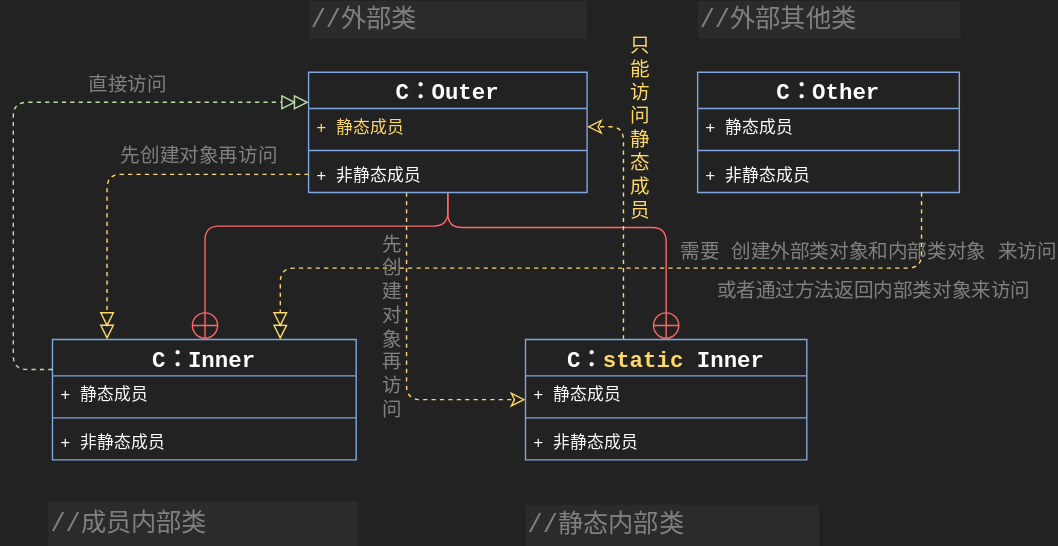
Stolorzs/Picgo keeps this draw.io diagram as drawio/InnerClassMind.svg. Above is the earlier version. Source tidied: cells renumbered, new cells last; positions are measured from the earlier drawing's top-left corner, leaving out a move shared by most shapes.
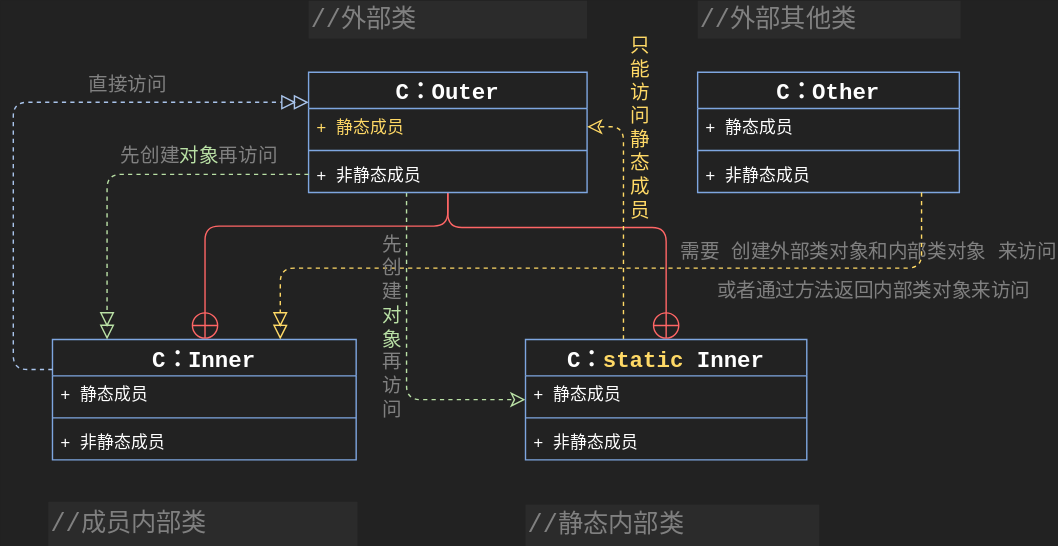
The same file after the commit.

Change to the diagram source:
```diff
@@ -18,7 +18,7 @@
         </Array>
       </mxGeometry>
     </mxCell>
-    <mxCell id="4" style="edgeStyle=orthogonalEdgeStyle;rounded=1;jettySize=auto;html=1;dashed=1;strokeColor=#FFD966;align=center;verticalAlign=middle;fontFamily=Helvetica;fontSize=12;fontColor=default;labelBackgroundColor=default;startSize=8;endArrow=classic;endFill=0;endSize=8;" parent="1" edge="1" source="5" target="16">
+    <mxCell id="4" style="edgeStyle=orthogonalEdgeStyle;rounded=1;jettySize=auto;html=1;dashed=1;strokeColor=#B9E0A5;align=center;verticalAlign=middle;fontFamily=Helvetica;fontSize=12;fontColor=default;labelBackgroundColor=default;startSize=8;endArrow=classic;endFill=0;endSize=8;" parent="1" edge="1" source="5" target="16">
       <mxGeometry relative="1" as="geometry">
         <Array as="points">
           <mxPoint x="281" y="285" />
@@ -77,7 +77,7 @@
     <mxCell id="20" value="&lt;div style=&quot;font-family: &amp;quot;JetBrains Mono&amp;quot;, monospace; white-space: pre; font-size: 18px;&quot;&gt;&lt;font color=&quot;#808080&quot;&gt;&lt;span style=&quot;caret-color: rgb(128, 128, 128);&quot;&gt;//静态内部类&lt;/span&gt;&lt;/font&gt;&lt;/div&gt;" style="whiteSpace=wrap;html=1;fillColor=#2B2B2B;strokeColor=none;align=left;" parent="1" vertex="1">
       <mxGeometry x="366" y="360" width="210" height="30" as="geometry" />
     </mxCell>
-    <mxCell id="21" style="edgeStyle=orthogonalEdgeStyle;rounded=1;jettySize=auto;html=1;strokeColor=#B9E0A5;align=center;verticalAlign=middle;fontFamily=Helvetica;fontSize=12;fontColor=default;labelBackgroundColor=default;startSize=8;endArrow=doubleBlock;endFill=0;endSize=8;dashed=1;entryX=0;entryY=0.25;entryDx=0;entryDy=0;exitX=0;exitY=0.25;exitDx=0;exitDy=0;" parent="1" edge="1" source="11" target="5">
+    <mxCell id="21" style="edgeStyle=orthogonalEdgeStyle;rounded=1;jettySize=auto;html=1;strokeColor=#A9C4EB;align=center;verticalAlign=middle;fontFamily=Helvetica;fontSize=12;fontColor=default;labelBackgroundColor=default;startSize=8;endArrow=doubleBlock;endFill=0;endSize=8;dashed=1;entryX=0;entryY=0.25;entryDx=0;entryDy=0;exitX=0;exitY=0.25;exitDx=0;exitDy=0;" parent="1" edge="1" source="11" target="5">
       <mxGeometry relative="1" as="geometry">
         <Array as="points">
           <mxPoint y="264" />
@@ -103,10 +103,10 @@
     <mxCell id="27" value="&lt;div style=&quot;font-family: &amp;quot;JetBrains Mono&amp;quot;, monospace; white-space: pre; font-size: 18px;&quot;&gt;&lt;font color=&quot;#808080&quot;&gt;&lt;span style=&quot;caret-color: rgb(128, 128, 128);&quot;&gt;//外部其他类&lt;/span&gt;&lt;/font&gt;&lt;/div&gt;" style="whiteSpace=wrap;html=1;fillColor=#2B2B2B;strokeColor=none;align=left;" parent="1" vertex="1">
       <mxGeometry x="489" width="188" height="27" as="geometry" />
     </mxCell>
-    <mxCell id="28" value="&lt;div style=&quot;font-family: &amp;quot;JetBrains Mono&amp;quot;, monospace; white-space: pre; font-size: 14px;&quot;&gt;&lt;div&gt;&lt;font style=&quot;font-size: 14px;&quot; color=&quot;#808080&quot;&gt;先&lt;/font&gt;&lt;font style=&quot;font-size: 14px;&quot; color=&quot;#808080&quot;&gt;创&lt;/font&gt;&lt;font style=&quot;font-size: 14px;&quot; color=&quot;#808080&quot;&gt;建&lt;/font&gt;&lt;font style=&quot;font-size: 14px;&quot; color=&quot;#808080&quot;&gt;对&lt;/font&gt;&lt;font style=&quot;font-size: 14px;&quot; color=&quot;#808080&quot;&gt;象&lt;/font&gt;&lt;font style=&quot;font-size: 14px;&quot; color=&quot;#808080&quot;&gt;再&lt;/font&gt;&lt;font style=&quot;font-size: 14px;&quot; color=&quot;#808080&quot;&gt;访&lt;/font&gt;&lt;span style=&quot;color: rgb(128, 128, 128);&quot;&gt;问&lt;/span&gt;&lt;/div&gt;&lt;/div&gt;" style="whiteSpace=wrap;html=1;fillColor=none;strokeColor=none;align=left;" parent="1" vertex="1">
+    <mxCell id="28" value="&lt;div style=&quot;font-family: &amp;quot;JetBrains Mono&amp;quot;, monospace; white-space: pre; font-size: 14px;&quot;&gt;&lt;div&gt;&lt;font style=&quot;font-size: 14px;&quot; color=&quot;#808080&quot;&gt;先&lt;/font&gt;&lt;font style=&quot;font-size: 14px;&quot; color=&quot;#808080&quot;&gt;创&lt;/font&gt;&lt;font style=&quot;font-size: 14px;&quot; color=&quot;#808080&quot;&gt;建&lt;/font&gt;&lt;font color=&quot;#b9e0a5&quot;&gt;&lt;font style=&quot;font-size: 14px;&quot;&gt;对&lt;/font&gt;&lt;font style=&quot;font-size: 14px;&quot;&gt;象&lt;/font&gt;&lt;/font&gt;&lt;font style=&quot;font-size: 14px;&quot; color=&quot;#808080&quot;&gt;再&lt;/font&gt;&lt;font style=&quot;font-size: 14px;&quot; color=&quot;#808080&quot;&gt;访&lt;/font&gt;&lt;span style=&quot;color: rgb(128, 128, 128);&quot;&gt;问&lt;/span&gt;&lt;/div&gt;&lt;/div&gt;" style="whiteSpace=wrap;html=1;fillColor=none;strokeColor=none;align=left;" parent="1" vertex="1">
       <mxGeometry x="75" y="98" width="177" height="28" as="geometry" />
     </mxCell>
-    <mxCell id="29" style="edgeStyle=orthogonalEdgeStyle;rounded=1;jettySize=auto;html=1;dashed=1;strokeColor=#FFD966;align=center;verticalAlign=middle;fontFamily=Helvetica;fontSize=12;fontColor=default;labelBackgroundColor=default;startSize=8;endArrow=doubleBlock;endFill=0;endSize=8;" parent="1" edge="1" source="8" target="11">
+    <mxCell id="29" style="edgeStyle=orthogonalEdgeStyle;rounded=1;jettySize=auto;html=1;dashed=1;strokeColor=#B9E0A5;align=center;verticalAlign=middle;fontFamily=Helvetica;fontSize=12;fontColor=default;labelBackgroundColor=default;startSize=8;endArrow=doubleBlock;endFill=0;endSize=8;" parent="1" edge="1" source="8" target="11">
       <mxGeometry relative="1" as="geometry">
         <Array as="points">
           <mxPoint x="67" y="124" />
@@ -127,7 +127,7 @@
         </Array>
       </mxGeometry>
     </mxCell>
-    <mxCell id="33" value="&lt;div style=&quot;font-family: &amp;quot;JetBrains Mono&amp;quot;, monospace; white-space: pre; font-size: 14px;&quot;&gt;&lt;div&gt;&lt;font style=&quot;font-size: 14px;&quot; color=&quot;#808080&quot;&gt;先&lt;/font&gt;&lt;/div&gt;&lt;div&gt;&lt;font style=&quot;font-size: 14px;&quot; color=&quot;#808080&quot;&gt;创&lt;/font&gt;&lt;/div&gt;&lt;div&gt;&lt;font style=&quot;font-size: 14px;&quot; color=&quot;#808080&quot;&gt;建&lt;/font&gt;&lt;/div&gt;&lt;div&gt;&lt;font style=&quot;font-size: 14px;&quot; color=&quot;#808080&quot;&gt;对&lt;/font&gt;&lt;/div&gt;&lt;div&gt;&lt;font style=&quot;font-size: 14px;&quot; color=&quot;#808080&quot;&gt;象&lt;/font&gt;&lt;/div&gt;&lt;div&gt;&lt;font style=&quot;font-size: 14px;&quot; color=&quot;#808080&quot;&gt;再&lt;/font&gt;&lt;/div&gt;&lt;div&gt;&lt;font style=&quot;font-size: 14px;&quot; color=&quot;#808080&quot;&gt;访&lt;/font&gt;&lt;/div&gt;&lt;div&gt;&lt;span style=&quot;color: rgb(128, 128, 128);&quot;&gt;问&lt;/span&gt;&lt;/div&gt;&lt;/div&gt;" style="whiteSpace=wrap;html=1;fillColor=none;strokeColor=none;align=left;" parent="1" vertex="1">
+    <mxCell id="33" value="&lt;div style=&quot;font-family: &amp;quot;JetBrains Mono&amp;quot;, monospace; white-space: pre; font-size: 14px;&quot;&gt;&lt;div&gt;&lt;font style=&quot;font-size: 14px;&quot; color=&quot;#808080&quot;&gt;先&lt;/font&gt;&lt;/div&gt;&lt;div&gt;&lt;font style=&quot;font-size: 14px;&quot; color=&quot;#808080&quot;&gt;创&lt;/font&gt;&lt;/div&gt;&lt;div&gt;&lt;font style=&quot;font-size: 14px;&quot; color=&quot;#808080&quot;&gt;建&lt;/font&gt;&lt;/div&gt;&lt;div&gt;&lt;font color=&quot;#b9e0a5&quot; style=&quot;font-size: 14px;&quot;&gt;对&lt;/font&gt;&lt;/div&gt;&lt;div&gt;&lt;font color=&quot;#b9e0a5&quot; style=&quot;font-size: 14px;&quot;&gt;象&lt;/font&gt;&lt;/div&gt;&lt;div&gt;&lt;font style=&quot;font-size: 14px;&quot; color=&quot;#808080&quot;&gt;再&lt;/font&gt;&lt;/div&gt;&lt;div&gt;&lt;font style=&quot;font-size: 14px;&quot; color=&quot;#808080&quot;&gt;访&lt;/font&gt;&lt;/div&gt;&lt;div&gt;&lt;span style=&quot;color: rgb(128, 128, 128);&quot;&gt;问&lt;/span&gt;&lt;/div&gt;&lt;/div&gt;" style="whiteSpace=wrap;html=1;fillColor=none;strokeColor=none;align=left;" parent="1" vertex="1">
       <mxGeometry x="262" y="153" width="29" height="162" as="geometry" />
     </mxCell>
     <mxCell id="34" value="&lt;div style=&quot;font-family: &amp;quot;JetBrains Mono&amp;quot;, monospace; white-space: pre;&quot;&gt;&lt;font color=&quot;#808080&quot;&gt;&lt;span style=&quot;caret-color: rgb(128, 128, 128); font-size: 14px;&quot;&gt;或者通过方法返回内部类对象来访问&lt;/span&gt;&lt;/font&gt;&lt;/div&gt;" style="whiteSpace=wrap;html=1;fillColor=none;strokeColor=none;align=left;" parent="1" vertex="1">
```
